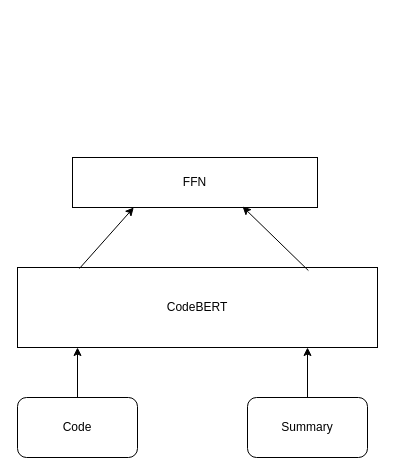
This is code comet.drawio from babangain/drawio, a draw.io file, before an edit. Source tidied: cells renumbered, new cells numbered last; positions are measured from the earlier drawing's top-left corner, leaving out a move shared by most shapes. Both pictures are drawn from the tidied source at 100%, with x=0, y=0 at pixel (17, 157).
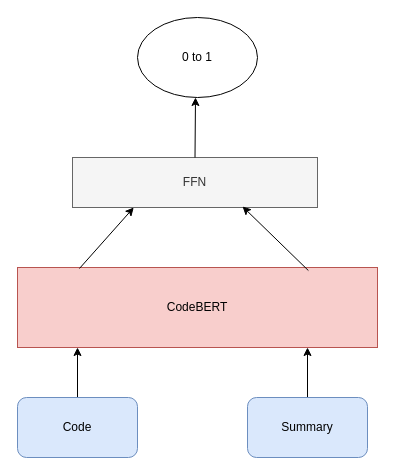
After the change.

What changed in the source:
```diff
@@
 <mxGraphModel>
   <root>
     <mxCell id="0" />
     <mxCell id="1" parent="0" />
-    <mxCell id="2" value="CodeBERT" style="rounded=0;whiteSpace=wrap;html=1;" parent="1" vertex="1">
+    <mxCell id="2" value="CodeBERT" style="rounded=0;whiteSpace=wrap;html=1;fillColor=#f8cecc;strokeColor=#b85450;" parent="1" vertex="1">
       <mxGeometry y="110" width="360" height="80" as="geometry" />
     </mxCell>
     <mxCell id="3" style="edgeStyle=orthogonalEdgeStyle;rounded=0;jettySize=auto;html=1;" parent="1" edge="1" source="4" target="2">
       <mxGeometry relative="1" as="geometry">
         <Array as="points">
           <mxPoint x="60" y="190" />
           <mxPoint x="60" y="190" />
         </Array>
       </mxGeometry>
     </mxCell>
-    <mxCell id="4" value="Code" style="rounded=1;whiteSpace=wrap;html=1;" parent="1" vertex="1">
+    <mxCell id="4" value="Code" style="rounded=1;whiteSpace=wrap;html=1;fillColor=#dae8fc;strokeColor=#6c8ebf;" parent="1" vertex="1">
       <mxGeometry y="240" width="120" height="60" as="geometry" />
     </mxCell>
     <mxCell id="5" style="edgeStyle=orthogonalEdgeStyle;rounded=0;jettySize=auto;html=1;" parent="1" edge="1" source="6" target="2">
       <mxGeometry relative="1" as="geometry">
         <Array as="points">
           <mxPoint x="290" y="190" />
           <mxPoint x="290" y="190" />
         </Array>
       </mxGeometry>
     </mxCell>
-    <mxCell id="6" value="Summary" style="rounded=1;whiteSpace=wrap;html=1;" parent="1" vertex="1">
+    <mxCell id="6" value="Summary" style="rounded=1;whiteSpace=wrap;html=1;fillColor=#dae8fc;strokeColor=#6c8ebf;" parent="1" vertex="1">
       <mxGeometry x="230" y="240" width="120" height="60" as="geometry" />
     </mxCell>
-    <mxCell id="7" value="FFN" style="rounded=0;whiteSpace=wrap;html=1;" parent="1" vertex="1">
+    <mxCell id="7" value="FFN" style="rounded=0;whiteSpace=wrap;html=1;fillColor=#f5f5f5;fontColor=#333333;strokeColor=#666666;" parent="1" vertex="1">
       <mxGeometry x="55" width="245" height="50" as="geometry" />
     </mxCell>
     <mxCell id="8" style="endArrow=classic;html=1;rounded=0;exitX=0.172;exitY=0.013;exitDx=0;exitDy=0;exitPerimeter=0;entryX=0.25;entryY=1;entryDx=0;entryDy=0;" parent="1" edge="1" source="2" target="7">
       <mxGeometry relative="1" as="geometry" />
     </mxCell>
     <mxCell id="9" style="endArrow=classic;html=1;rounded=0;exitX=0.808;exitY=0.038;exitDx=0;exitDy=0;exitPerimeter=0;entryX=0.694;entryY=0.98;entryDx=0;entryDy=0;entryPerimeter=0;" parent="1" edge="1" source="2" target="7">
       <mxGeometry relative="1" as="geometry" />
     </mxCell>
+    <mxCell id="10" style="endArrow=classic;html=1;rounded=0;exitX=0.5;exitY=0;exitDx=0;exitDy=0;" parent="1" edge="1" source="7">
+      <mxGeometry relative="1" as="geometry">
+        <mxPoint x="178" y="-60" as="targetPoint" />
+      </mxGeometry>
+    </mxCell>
+    <mxCell id="11" value="0 to 1" style="ellipse;whiteSpace=wrap;html=1;" parent="1" vertex="1">
+      <mxGeometry x="120" y="-140" width="120" height="80" as="geometry" />
+    </mxCell>
   </root>
 </mxGraphModel>
```
